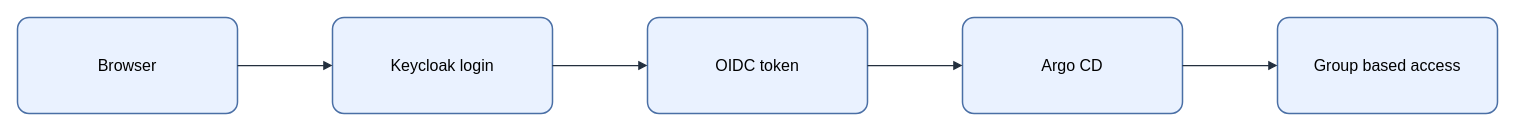
This is assets/img/security/keycloak-argocd-sso-flow.drawio from KKamJi98/kkamji98.github.io, a draw.io file, before an edit. Source tidied: cells renumbered, new cells numbered last; positions are measured from the earlier drawing's top-left corner, leaving out a move shared by most shapes. Both pictures are drawn from the tidied source at 100%, with x=0, y=0 at pixel (17, 17).
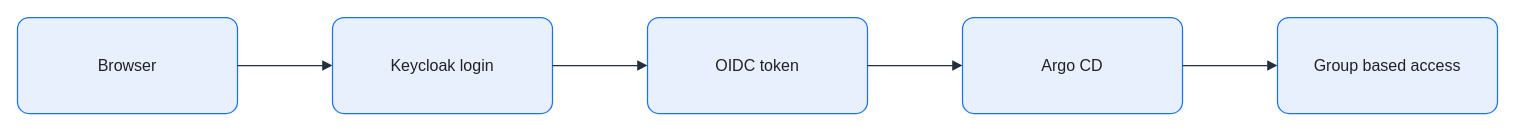
The same page after the edit.

The edit, as a diff of the source:
```diff
@@
 <mxGraphModel background="#FFFFFF">
   <root>
     <mxCell id="0" />
     <mxCell id="1" parent="0" />
-    <mxCell id="2" value="Browser" style="rounded=1;arcSize=12;whiteSpace=wrap;html=0;fillColor=#EAF2FF;strokeColor=#4A6FA5;strokeWidth=1.5;fontColor=#000000;fontSize=16;align=center;verticalAlign=middle;spacing=8;shadow=0;" parent="1" vertex="1">
+    <mxCell id="2" value="Browser" style="rounded=1;arcSize=12;whiteSpace=wrap;html=0;fillColor=#E8F0FE;strokeColor=#1A73E8;strokeWidth=1.25;fontColor=#202124;fontSize=16;align=center;verticalAlign=middle;spacing=8;shadow=0;" parent="1" vertex="1">
       <mxGeometry width="220" height="96" as="geometry" />
     </mxCell>
-    <mxCell id="3" value="Keycloak login" style="rounded=1;arcSize=12;whiteSpace=wrap;html=0;fillColor=#EAF2FF;strokeColor=#4A6FA5;strokeWidth=1.5;fontColor=#000000;fontSize=16;align=center;verticalAlign=middle;spacing=8;shadow=0;" parent="1" vertex="1">
+    <mxCell id="3" value="Keycloak login" style="rounded=1;arcSize=12;whiteSpace=wrap;html=0;fillColor=#E8F0FE;strokeColor=#1A73E8;strokeWidth=1.25;fontColor=#202124;fontSize=16;align=center;verticalAlign=middle;spacing=8;shadow=0;" parent="1" vertex="1">
       <mxGeometry x="315" width="220" height="96" as="geometry" />
     </mxCell>
-    <mxCell id="4" value="OIDC token" style="rounded=1;arcSize=12;whiteSpace=wrap;html=0;fillColor=#EAF2FF;strokeColor=#4A6FA5;strokeWidth=1.5;fontColor=#000000;fontSize=16;align=center;verticalAlign=middle;spacing=8;shadow=0;" parent="1" vertex="1">
+    <mxCell id="4" value="OIDC token" style="rounded=1;arcSize=12;whiteSpace=wrap;html=0;fillColor=#E8F0FE;strokeColor=#1A73E8;strokeWidth=1.25;fontColor=#202124;fontSize=16;align=center;verticalAlign=middle;spacing=8;shadow=0;" parent="1" vertex="1">
       <mxGeometry x="630" width="220" height="96" as="geometry" />
     </mxCell>
-    <mxCell id="5" value="Argo CD" style="rounded=1;arcSize=12;whiteSpace=wrap;html=0;fillColor=#EAF2FF;strokeColor=#4A6FA5;strokeWidth=1.5;fontColor=#000000;fontSize=16;align=center;verticalAlign=middle;spacing=8;shadow=0;" parent="1" vertex="1">
+    <mxCell id="5" value="Argo CD" style="rounded=1;arcSize=12;whiteSpace=wrap;html=0;fillColor=#E8F0FE;strokeColor=#1A73E8;strokeWidth=1.25;fontColor=#202124;fontSize=16;align=center;verticalAlign=middle;spacing=8;shadow=0;" parent="1" vertex="1">
       <mxGeometry x="945" width="220" height="96" as="geometry" />
     </mxCell>
-    <mxCell id="6" value="Group based access" style="rounded=1;arcSize=12;whiteSpace=wrap;html=0;fillColor=#EAF2FF;strokeColor=#4A6FA5;strokeWidth=1.5;fontColor=#000000;fontSize=16;align=center;verticalAlign=middle;spacing=8;shadow=0;" parent="1" vertex="1">
+    <mxCell id="6" value="Group based access" style="rounded=1;arcSize=12;whiteSpace=wrap;html=0;fillColor=#E8F0FE;strokeColor=#1A73E8;strokeWidth=1.25;fontColor=#202124;fontSize=16;align=center;verticalAlign=middle;spacing=8;shadow=0;" parent="1" vertex="1">
       <mxGeometry x="1260" width="220" height="96" as="geometry" />
     </mxCell>
-    <mxCell id="7" style="edgeStyle=orthogonalEdgeStyle;rounded=0;jettySize=auto;html=0;endArrow=block;endFill=1;strokeColor=#232F3E;strokeWidth=1.25;fontColor=#000000;labelBackgroundColor=none;exitX=1;exitY=0.5;exitDx=0;exitDy=0;entryX=0;entryY=0.5;entryDx=0;entryDy=0;" parent="1" edge="1" source="2" target="3">
+    <mxCell id="7" style="edgeStyle=orthogonalEdgeStyle;rounded=0;jettySize=auto;html=0;endArrow=block;endFill=1;strokeColor=#232F3E;strokeWidth=1.25;fontColor=#202124;labelBackgroundColor=none;exitX=1;exitY=0.5;exitDx=0;exitDy=0;entryX=0;entryY=0.5;entryDx=0;entryDy=0;endSize=7;" parent="1" edge="1" source="2" target="3">
       <mxGeometry relative="1" as="geometry" />
     </mxCell>
-    <mxCell id="8" style="edgeStyle=orthogonalEdgeStyle;rounded=0;jettySize=auto;html=0;endArrow=block;endFill=1;strokeColor=#232F3E;strokeWidth=1.25;fontColor=#000000;labelBackgroundColor=none;exitX=1;exitY=0.5;exitDx=0;exitDy=0;entryX=0;entryY=0.5;entryDx=0;entryDy=0;" parent="1" edge="1" source="3" target="4">
+    <mxCell id="8" style="edgeStyle=orthogonalEdgeStyle;rounded=0;jettySize=auto;html=0;endArrow=block;endFill=1;strokeColor=#232F3E;strokeWidth=1.25;fontColor=#202124;labelBackgroundColor=none;exitX=1;exitY=0.5;exitDx=0;exitDy=0;entryX=0;entryY=0.5;entryDx=0;entryDy=0;endSize=7;" parent="1" edge="1" source="3" target="4">
       <mxGeometry relative="1" as="geometry" />
     </mxCell>
-    <mxCell id="9" style="edgeStyle=orthogonalEdgeStyle;rounded=0;jettySize=auto;html=0;endArrow=block;endFill=1;strokeColor=#232F3E;strokeWidth=1.25;fontColor=#000000;labelBackgroundColor=none;exitX=1;exitY=0.5;exitDx=0;exitDy=0;entryX=0;entryY=0.5;entryDx=0;entryDy=0;" parent="1" edge="1" source="4" target="5">
+    <mxCell id="9" style="edgeStyle=orthogonalEdgeStyle;rounded=0;jettySize=auto;html=0;endArrow=block;endFill=1;strokeColor=#232F3E;strokeWidth=1.25;fontColor=#202124;labelBackgroundColor=none;exitX=1;exitY=0.5;exitDx=0;exitDy=0;entryX=0;entryY=0.5;entryDx=0;entryDy=0;endSize=7;" parent="1" edge="1" source="4" target="5">
       <mxGeometry relative="1" as="geometry" />
     </mxCell>
-    <mxCell id="10" style="edgeStyle=orthogonalEdgeStyle;rounded=0;jettySize=auto;html=0;endArrow=block;endFill=1;strokeColor=#232F3E;strokeWidth=1.25;fontColor=#000000;labelBackgroundColor=none;exitX=1;exitY=0.5;exitDx=0;exitDy=0;entryX=0;entryY=0.5;entryDx=0;entryDy=0;" parent="1" edge="1" source="5" target="6">
+    <mxCell id="10" style="edgeStyle=orthogonalEdgeStyle;rounded=0;jettySize=auto;html=0;endArrow=block;endFill=1;strokeColor=#232F3E;strokeWidth=1.25;fontColor=#202124;labelBackgroundColor=none;exitX=1;exitY=0.5;exitDx=0;exitDy=0;entryX=0;entryY=0.5;entryDx=0;entryDy=0;endSize=7;" parent="1" edge="1" source="5" target="6">
       <mxGeometry relative="1" as="geometry" />
     </mxCell>
   </root>
 </mxGraphModel>
```
